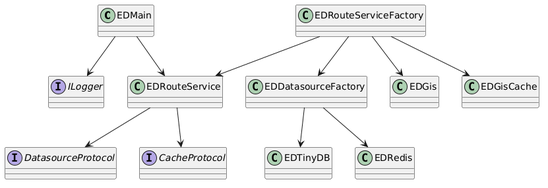
Above: docs/diagrams/class_structure.png in fazleskhan/elite_dangerous_discord_tools (PlantUML), before the change.
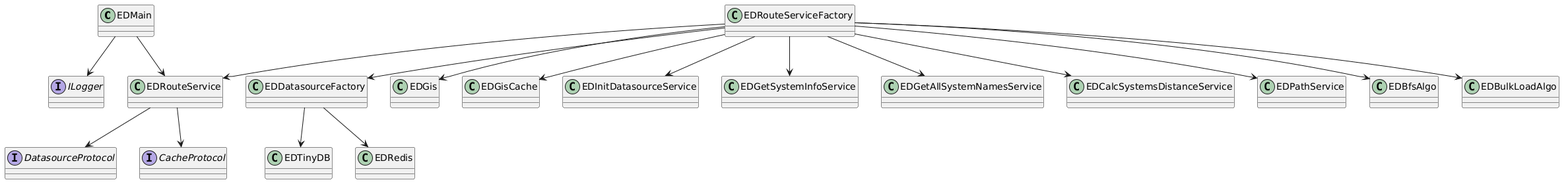
After the change.

Commit message:
refactored out the unneeded ed_route_services.py shim class

The edit, as a diff of the source:
```diff
@@ -5,6 +5,13 @@
 class EDDatasourceFactory
 class EDGis
 class EDGisCache
+class EDInitDatasourceService
+class EDGetSystemInfoService
+class EDGetAllSystemNamesService
+class EDCalcSystemsDistanceService
+class EDPathService
+class EDBfsAlgo
+class EDBulkLoadAlgo
 class EDTinyDB
 class EDRedis
 interface ILogger
@@ -17,6 +24,13 @@
 EDRouteServiceFactory --> EDDatasourceFactory
 EDRouteServiceFactory --> EDGis
 EDRouteServiceFactory --> EDGisCache
+EDRouteServiceFactory --> EDInitDatasourceService
+EDRouteServiceFactory --> EDGetSystemInfoService
+EDRouteServiceFactory --> EDGetAllSystemNamesService
+EDRouteServiceFactory --> EDCalcSystemsDistanceService
+EDRouteServiceFactory --> EDPathService
+EDRouteServiceFactory --> EDBfsAlgo
+EDRouteServiceFactory --> EDBulkLoadAlgo
 EDRouteService --> DatasourceProtocol
 EDRouteService --> CacheProtocol
 EDDatasourceFactory --> EDTinyDB
```
